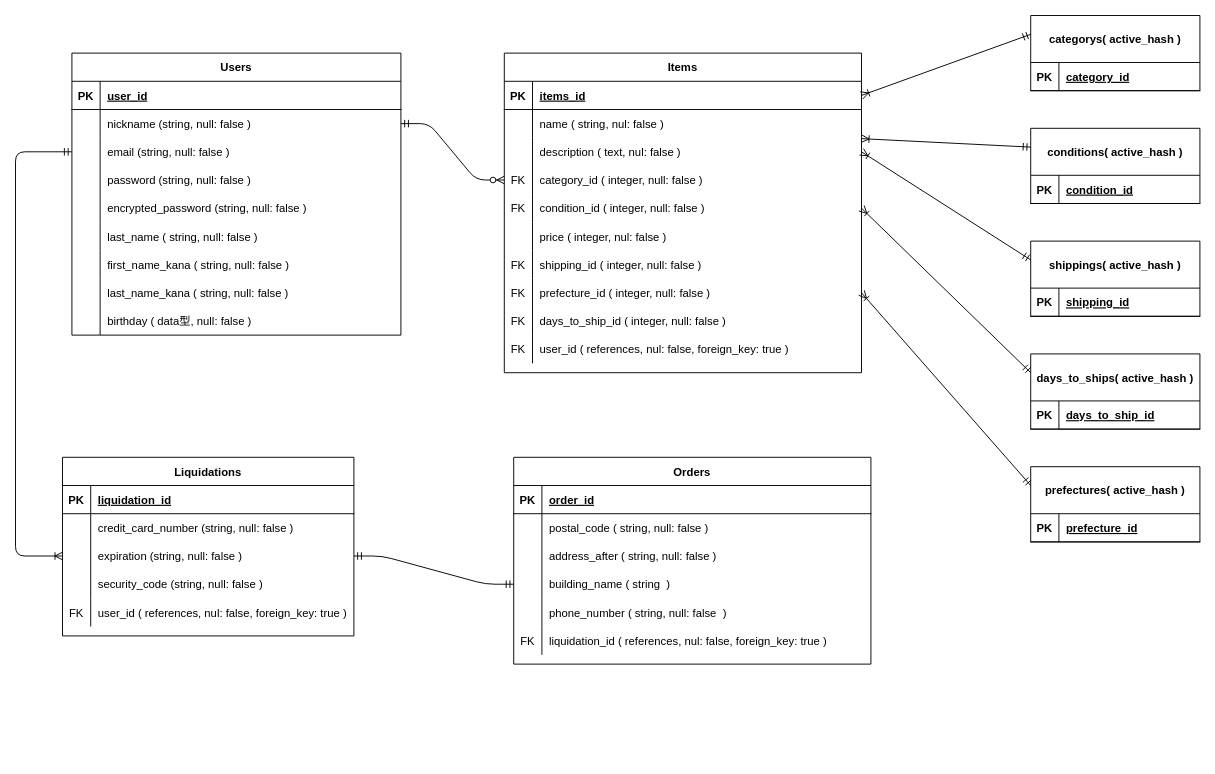
This is ER.dio from kemi-t/furima-31687, a draw.io file, before an edit. Source tidied: cells renumbered, new cells numbered last; positions are measured from the earlier drawing's top-left corner, leaving out a move shared by most shapes. Both pictures are drawn from the tidied source at 94%, with x=0, y=0 at pixel (15, 15).
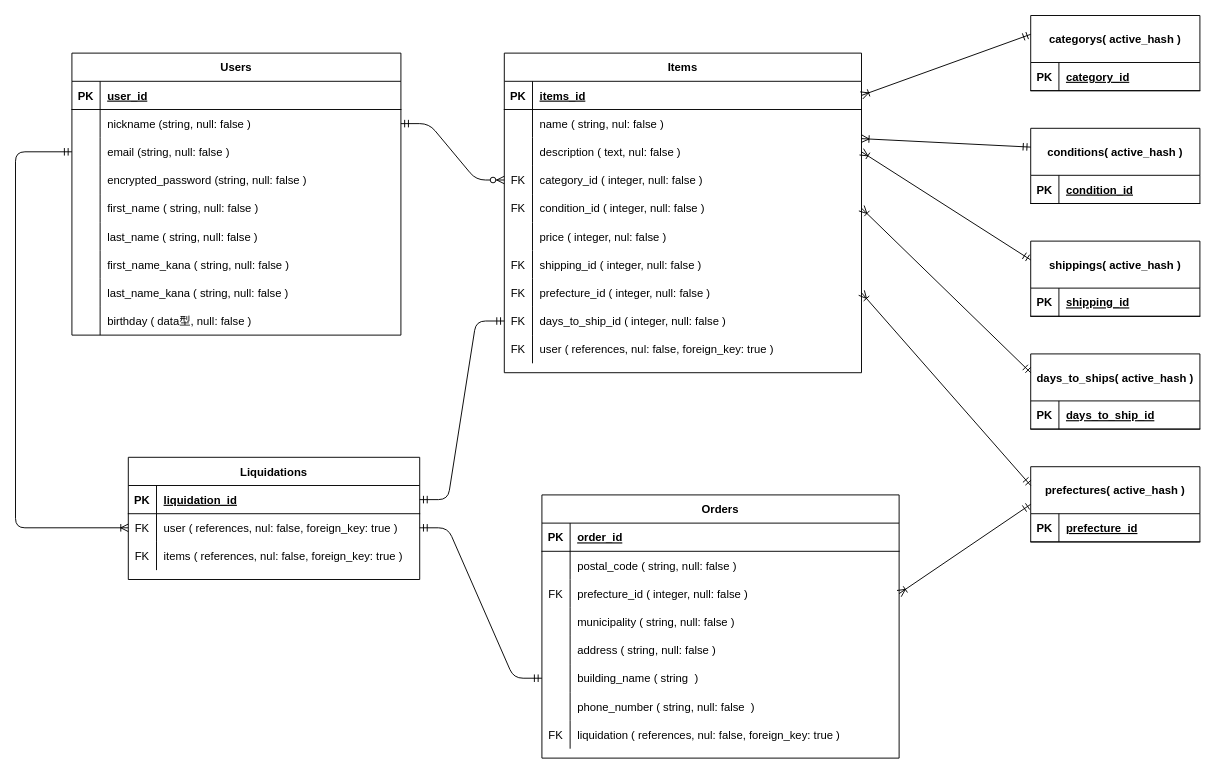
After the change.

Commit message:
ER図、READMEの修正②

The change refers to these unchanged cells:
```xml
<mxCell id="29" style="shape=partialRectangle;fillColor=none;top=0;left=0;bottom=0;right=0;points=[[0,0.5],[1,0.5]];portConstraint=eastwest;" parent="4" vertex="1">
  <mxGeometry y="270" width="380" height="30" as="geometry" />
</mxCell>
<mxCell id="32" style="shape=partialRectangle;fillColor=none;top=0;left=0;bottom=0;right=0;" parent="4" vertex="1">
  <mxGeometry y="300" width="380" height="30" as="geometry" />
</mxCell>
<mxCell id="42" style="shape=partialRectangle;fillColor=none;top=0;left=0;bottom=0;right=0;points=[[0,0.5],[1,0.5]];portConstraint=eastwest;" parent="35" vertex="1">
  <mxGeometry y="90" width="350" height="30" as="geometry" />
</mxCell>
<mxCell id="45" style="shape=partialRectangle;fillColor=none;top=0;left=0;bottom=0;right=0;" parent="35" vertex="1">
  <mxGeometry y="120" width="350" height="30" as="geometry" />
</mxCell>
<mxCell id="48" style="shape=partialRectangle;fillColor=none;top=0;left=0;bottom=0;right=0;" parent="35" vertex="1">
  <mxGeometry y="150" width="350" height="30" as="geometry" />
</mxCell>
<mxCell id="79" value="prefectures( active_hash )" style="shape=table;startSize=50;childLayout=tableLayout;rowLines=0;fontStyle=1;align=center;" parent="1" vertex="1">
  <mxGeometry x="1080" y="480" width="180" height="80" as="geometry" />
</mxCell>
<mxCell id="90" style="shape=partialRectangle;fillColor=none;top=0;left=0;bottom=1;right=0;points=[[0,0.5],[1,0.5]];portConstraint=eastwest;" parent="89" vertex="1">
  <mxGeometry y="30" width="310" height="30" as="geometry" />
</mxCell>
```

What changed in the source:
```diff
@@
-    <mxCell id="3" style="edgeStyle=orthogonalEdgeStyle;fontSize=12;html=1;endArrow=ERoneToMany;startArrow=ERmandOne;exitX=0;exitY=0.5;exitDx=0;exitDy=0;entryX=0;entryY=0.5;entryDx=0;entryDy=0;" parent="1" edge="1" source="42" target="96">
+    <mxCell id="3" style="edgeStyle=orthogonalEdgeStyle;fontSize=12;html=1;endArrow=ERoneToMany;startArrow=ERmandOne;exitX=0;exitY=0.5;exitDx=0;exitDy=0;entryX=0;entryY=0.5;entryDx=0;entryDy=0;" parent="1" edge="1" source="42">
       <mxGeometry relative="1" as="geometry">
+        <mxPoint x="120" y="545" as="targetPoint" />
         <Array as="points">
           <mxPoint y="145" />
-          <mxPoint y="575" />
+          <mxPoint y="545" />
         </Array>
       </mxGeometry>
     </mxCell>
@@
-    <mxCell id="34" value="user_id ( references, nul: false, foreign_key: true )" style="shape=partialRectangle;fillColor=none;top=0;left=0;bottom=0;right=0;align=left;spacingLeft=6;overflow=hidden;" parent="32" vertex="1">
+    <mxCell id="34" value="user ( references, nul: false, foreign_key: true )" style="shape=partialRectangle;fillColor=none;top=0;left=0;bottom=0;right=0;align=left;spacingLeft=6;overflow=hidden;" parent="32" vertex="1">
       <mxGeometry x="30" width="350" height="30" as="geometry" />
     </mxCell>
@@
-    <mxCell id="47" value="password (string, null: false )" style="shape=partialRectangle;fillColor=none;top=0;left=0;bottom=0;right=0;align=left;spacingLeft=6;overflow=hidden;" parent="45" vertex="1">
+    <mxCell id="47" value="encrypted_password (string, null: false )" style="shape=partialRectangle;fillColor=none;top=0;left=0;bottom=0;right=0;align=left;spacingLeft=6;overflow=hidden;" parent="45" vertex="1">
       <mxGeometry x="30" width="320" height="30" as="geometry" />
     </mxCell>
@@
-    <mxCell id="49" style="shape=partialRectangle;fillColor=none;top=0;left=0;bottom=0;right=0;overflow=hidden;" parent="48" vertex="1">
-      <mxGeometry width="30" height="30" as="geometry" />
-    </mxCell>
-    <mxCell id="50" value="encrypted_password (string, null: false )" style="shape=partialRectangle;fillColor=none;top=0;left=0;bottom=0;right=0;align=left;spacingLeft=6;overflow=hidden;" parent="48" vertex="1">
-      <mxGeometry x="30" width="320" height="30" as="geometry" />
-    </mxCell>
+    <mxCell id="124" style="shape=partialRectangle;fillColor=none;top=0;left=0;bottom=0;right=0;overflow=hidden;" parent="48" vertex="1">
+      <mxGeometry width="30" height="30" as="geometry" />
+    </mxCell>
+    <mxCell id="125" value="first_name ( string, null: false )" style="shape=partialRectangle;fillColor=none;top=0;left=0;bottom=0;right=0;align=left;spacingLeft=6;overflow=hidden;" parent="48" vertex="1">
+      <mxGeometry x="30" width="320" height="30" as="geometry" />
+    </mxCell>
@@
-    <mxCell id="88" style="edgeStyle=entityRelationEdgeStyle;fontSize=12;html=1;endArrow=ERmandOne;startArrow=ERmandOne;exitX=1;exitY=0.5;exitDx=0;exitDy=0;" parent="1" edge="1" source="96" target="115">
-      <mxGeometry relative="1" as="geometry" />
+    <mxCell id="88" style="edgeStyle=entityRelationEdgeStyle;fontSize=12;html=1;endArrow=ERmandOne;startArrow=ERmandOne;exitX=1;exitY=0.5;exitDx=0;exitDy=0;" parent="1" edge="1" target="115">
+      <mxGeometry relative="1" as="geometry">
+        <mxPoint x="430" y="545" as="sourcePoint" />
+      </mxGeometry>
     </mxCell>
     <mxCell id="89" value="Liquidations" style="shape=table;startSize=30;childLayout=tableLayout;rowLines=0;fontStyle=1;align=center;" parent="1" vertex="1">
-      <mxGeometry x="50" y="470" width="310" height="190" as="geometry" />
+      <mxGeometry x="120" y="470" width="310" height="130" as="geometry" />
     </mxCell>
@@
-    <mxCell id="93" style="shape=partialRectangle;fillColor=none;top=0;left=0;bottom=0;right=0;" parent="89" vertex="1">
-      <mxGeometry y="60" width="310" height="30" as="geometry" />
-    </mxCell>
-    <mxCell id="94" style="shape=partialRectangle;fillColor=none;top=0;left=0;bottom=0;right=0;overflow=hidden;" parent="93" vertex="1">
-      <mxGeometry width="30" height="30" as="geometry" />
-    </mxCell>
-    <mxCell id="95" value="credit_card_number (string, null: false )" style="shape=partialRectangle;fillColor=none;top=0;left=0;bottom=0;right=0;align=left;spacingLeft=6;overflow=hidden;" parent="93" vertex="1">
-      <mxGeometry x="30" width="280" height="30" as="geometry" />
-    </mxCell>
-    <mxCell id="96" style="shape=partialRectangle;fillColor=none;top=0;left=0;bottom=0;right=0;points=[[0,0.5],[1,0.5]];portConstraint=eastwest;" parent="89" vertex="1">
-      <mxGeometry y="90" width="310" height="30" as="geometry" />
-    </mxCell>
-    <mxCell id="97" style="shape=partialRectangle;fillColor=none;top=0;left=0;bottom=0;right=0;overflow=hidden;" parent="96" vertex="1">
-      <mxGeometry width="30" height="30" as="geometry" />
-    </mxCell>
-    <mxCell id="98" value="expiration (string, null: false )" style="shape=partialRectangle;fillColor=none;top=0;left=0;bottom=0;right=0;align=left;spacingLeft=6;overflow=hidden;" parent="96" vertex="1">
-      <mxGeometry x="30" width="280" height="30" as="geometry" />
-    </mxCell>
-    <mxCell id="99" style="shape=partialRectangle;fillColor=none;top=0;left=0;bottom=0;right=0;" parent="89" vertex="1">
-      <mxGeometry y="120" width="310" height="30" as="geometry" />
-    </mxCell>
-    <mxCell id="100" style="shape=partialRectangle;fillColor=none;top=0;left=0;bottom=0;right=0;overflow=hidden;" parent="99" vertex="1">
-      <mxGeometry width="30" height="30" as="geometry" />
-    </mxCell>
-    <mxCell id="101" value="security_code (string, null: false )" style="shape=partialRectangle;fillColor=none;top=0;left=0;bottom=0;right=0;align=left;spacingLeft=6;overflow=hidden;" parent="99" vertex="1">
-      <mxGeometry x="30" width="280" height="30" as="geometry" />
-    </mxCell>
     <mxCell id="102" style="shape=partialRectangle;fillColor=none;top=0;left=0;bottom=0;right=0;" parent="89" vertex="1">
-      <mxGeometry y="150" width="310" height="30" as="geometry" />
+      <mxGeometry y="60" width="310" height="30" as="geometry" />
     </mxCell>
@@
-    <mxCell id="104" value="user_id ( references, nul: false, foreign_key: true )" style="shape=partialRectangle;fillColor=none;top=0;left=0;bottom=0;right=0;align=left;spacingLeft=6;overflow=hidden;" parent="102" vertex="1">
+    <mxCell id="104" value="user ( references, nul: false, foreign_key: true )" style="shape=partialRectangle;fillColor=none;top=0;left=0;bottom=0;right=0;align=left;spacingLeft=6;overflow=hidden;" parent="102" vertex="1">
       <mxGeometry x="30" width="280" height="30" as="geometry" />
     </mxCell>
+    <mxCell id="96" style="shape=partialRectangle;fillColor=none;top=0;left=0;bottom=0;right=0;points=[[0,0.5],[1,0.5]];portConstraint=eastwest;" parent="89" vertex="1">
+      <mxGeometry y="90" width="310" height="30" as="geometry" />
+    </mxCell>
+    <mxCell id="126" value="FK" style="shape=partialRectangle;fillColor=none;top=0;left=0;bottom=0;right=0;overflow=hidden;" parent="96" vertex="1">
+      <mxGeometry width="30" height="30" as="geometry" />
+    </mxCell>
+    <mxCell id="127" value="items ( references, nul: false, foreign_key: true )" style="shape=partialRectangle;fillColor=none;top=0;left=0;bottom=0;right=0;align=left;spacingLeft=6;overflow=hidden;" parent="96" vertex="1">
+      <mxGeometry x="30" width="280" height="30" as="geometry" />
+    </mxCell>
     <mxCell id="105" value="Orders" style="shape=table;startSize=30;childLayout=tableLayout;rowLines=0;fontStyle=1;align=center;" parent="1" vertex="1">
-      <mxGeometry x="530" y="470" width="380" height="220" as="geometry" />
+      <mxGeometry x="560" y="510" width="380" height="280" as="geometry" />
     </mxCell>
@@
+    <mxCell id="128" style="shape=partialRectangle;fillColor=none;top=0;left=0;bottom=0;right=0;points=[[0,0.5],[1,0.5]];portConstraint=eastwest;" parent="105" vertex="1">
+      <mxGeometry y="90" width="380" height="30" as="geometry" />
+    </mxCell>
+    <mxCell id="129" value="FK" style="shape=partialRectangle;fillColor=none;top=0;left=0;bottom=0;right=0;overflow=hidden;" parent="128" vertex="1">
+      <mxGeometry width="30" height="30" as="geometry" />
+    </mxCell>
+    <mxCell id="130" value="prefecture_id ( integer, null: false )" style="shape=partialRectangle;fillColor=none;top=0;left=0;bottom=0;right=0;align=left;spacingLeft=6;overflow=hidden;" parent="128" vertex="1">
+      <mxGeometry x="30" width="350" height="30" as="geometry" />
+    </mxCell>
     <mxCell id="112" style="shape=partialRectangle;fillColor=none;top=0;left=0;bottom=0;right=0;" parent="105" vertex="1">
-      <mxGeometry y="90" width="380" height="30" as="geometry" />
+      <mxGeometry y="120" width="380" height="30" as="geometry" />
     </mxCell>
@@
-    <mxCell id="114" value="address_after ( string, null: false )" style="shape=partialRectangle;fillColor=none;top=0;left=0;bottom=0;right=0;align=left;spacingLeft=6;overflow=hidden;" parent="112" vertex="1">
+    <mxCell id="114" value="municipality ( string, null: false )" style="shape=partialRectangle;fillColor=none;top=0;left=0;bottom=0;right=0;align=left;spacingLeft=6;overflow=hidden;" parent="112" vertex="1">
       <mxGeometry x="30" width="350" height="30" as="geometry" />
     </mxCell>
+    <mxCell id="131" style="shape=partialRectangle;fillColor=none;top=0;left=0;bottom=0;right=0;" parent="105" vertex="1">
+      <mxGeometry y="150" width="380" height="30" as="geometry" />
+    </mxCell>
+    <mxCell id="132" style="shape=partialRectangle;fillColor=none;top=0;left=0;bottom=0;right=0;overflow=hidden;" parent="131" vertex="1">
+      <mxGeometry width="30" height="30" as="geometry" />
+    </mxCell>
+    <mxCell id="133" value="address ( string, null: false )" style="shape=partialRectangle;fillColor=none;top=0;left=0;bottom=0;right=0;align=left;spacingLeft=6;overflow=hidden;" parent="131" vertex="1">
+      <mxGeometry x="30" width="350" height="30" as="geometry" />
+    </mxCell>
     <mxCell id="115" style="shape=partialRectangle;fillColor=none;top=0;left=0;bottom=0;right=0;points=[[0,0.5],[1,0.5]];portConstraint=eastwest;" parent="105" vertex="1">
-      <mxGeometry y="120" width="380" height="30" as="geometry" />
+      <mxGeometry y="180" width="380" height="30" as="geometry" />
     </mxCell>
@@
     <mxCell id="118" style="shape=partialRectangle;fillColor=none;top=0;left=0;bottom=0;right=0;" parent="105" vertex="1">
-      <mxGeometry y="150" width="380" height="30" as="geometry" />
+      <mxGeometry y="210" width="380" height="30" as="geometry" />
     </mxCell>
@@
     <mxCell id="121" style="shape=partialRectangle;fillColor=none;top=0;left=0;bottom=0;right=0;" parent="105" vertex="1">
-      <mxGeometry y="180" width="380" height="30" as="geometry" />
+      <mxGeometry y="240" width="380" height="30" as="geometry" />
     </mxCell>
@@
-    <mxCell id="123" value="liquidation_id ( references, nul: false, foreign_key: true )" style="shape=partialRectangle;fillColor=none;top=0;left=0;bottom=0;right=0;align=left;spacingLeft=6;overflow=hidden;" parent="121" vertex="1">
+    <mxCell id="123" value="liquidation ( references, nul: false, foreign_key: true )" style="shape=partialRectangle;fillColor=none;top=0;left=0;bottom=0;right=0;align=left;spacingLeft=6;overflow=hidden;" parent="121" vertex="1">
       <mxGeometry x="30" width="350" height="30" as="geometry" />
     </mxCell>
+    <mxCell id="134" style="edgeStyle=entityRelationEdgeStyle;fontSize=12;html=1;endArrow=ERmandOne;startArrow=ERmandOne;exitX=1;exitY=0.5;exitDx=0;exitDy=0;entryX=0;entryY=0.5;entryDx=0;entryDy=0;" parent="1" edge="1" source="90" target="29">
+      <mxGeometry relative="1" as="geometry" />
+    </mxCell>
+    <mxCell id="135" style="fontSize=12;html=1;endArrow=ERoneToMany;startArrow=ERmandOne;exitX=0;exitY=0.5;exitDx=0;exitDy=0;entryX=1;entryY=0.5;entryDx=0;entryDy=0;" parent="1" edge="1" source="79" target="128">
+      <mxGeometry relative="1" as="geometry" />
+    </mxCell>
```
